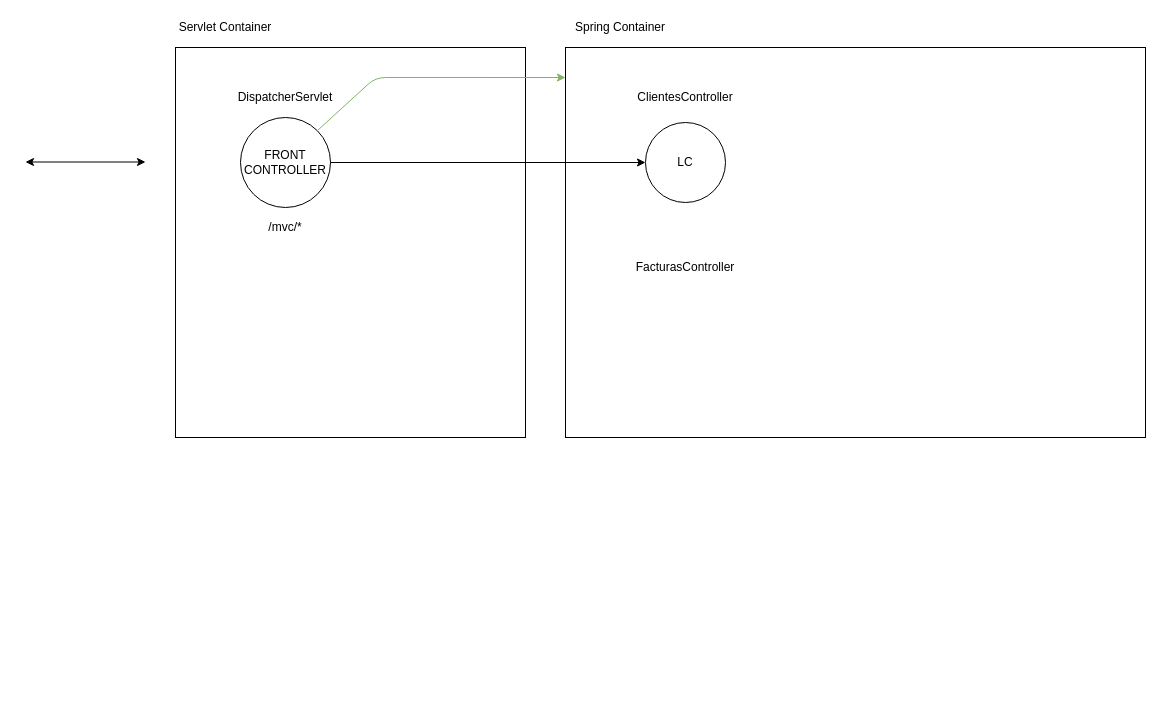
The draw.io diagram page "Página-1" (1 of 4) of Dibujillos.drawio in lrag/SpringPracticas, before the edit. Source tidied: cells renumbered, new cells numbered last; positions are measured from the earlier drawing's top-left corner, leaving out a move shared by most shapes. Both pictures are drawn from the tidied source at 100%, with x=0, y=0 at pixel (25, 17).
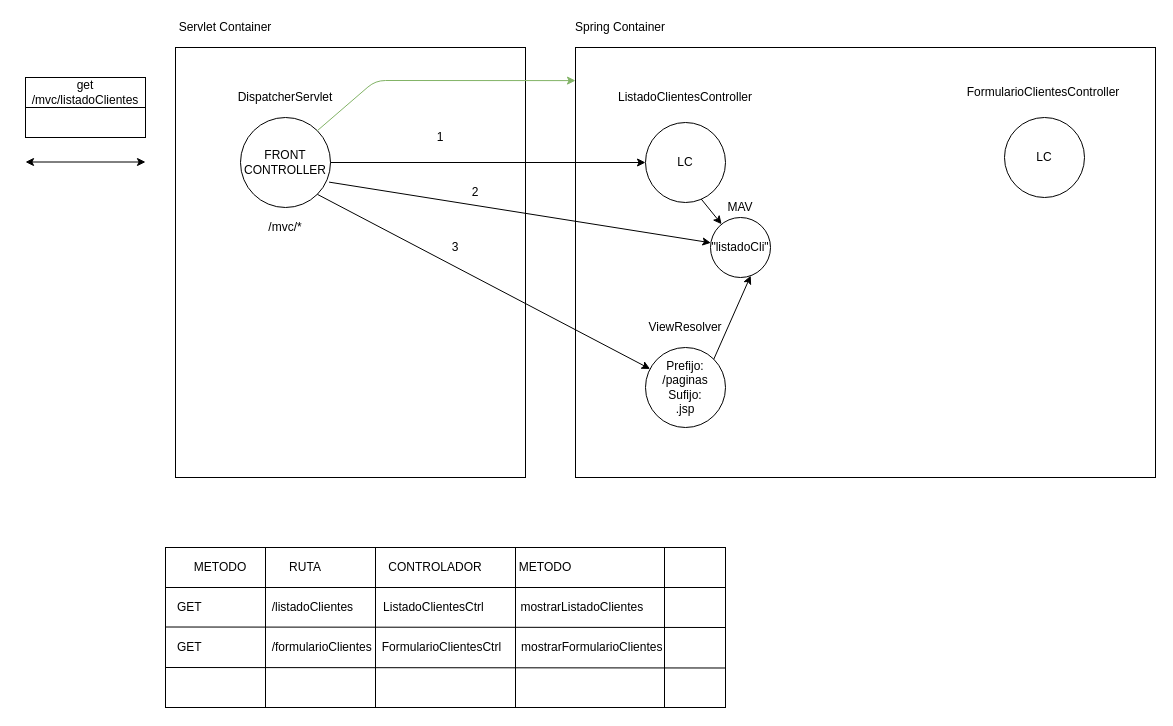
The same diagram, later.

The change refers to these unchanged cells:
```xml
<mxCell id="4" value="FRONT&lt;br&gt;CONTROLLER" style="ellipse;whiteSpace=wrap;html=1;fillColor=none;" parent="1" vertex="1">
  <mxGeometry x="215" y="100" width="90" height="90" as="geometry" />
</mxCell>
<mxCell id="11" value="LC" style="ellipse;whiteSpace=wrap;html=1;fillColor=none;" parent="1" vertex="1">
  <mxGeometry x="620" y="105" width="80" height="80" as="geometry" />
</mxCell>
```

What changed in the source:
```diff
@@
     <mxCell id="2" style="rounded=0;whiteSpace=wrap;html=1;fillColor=none;" parent="1" vertex="1">
-      <mxGeometry x="150" y="30" width="350" height="390" as="geometry" />
+      <mxGeometry x="150" y="30" width="350" height="430" as="geometry" />
     </mxCell>
@@
     <mxCell id="8" style="rounded=0;whiteSpace=wrap;html=1;fillColor=none;" parent="1" vertex="1">
-      <mxGeometry x="540" y="30" width="580" height="390" as="geometry" />
+      <mxGeometry x="550" y="30" width="580" height="430" as="geometry" />
     </mxCell>
@@
     <mxCell id="10" style="endArrow=classic;html=1;exitX=1;exitY=0;exitDx=0;exitDy=0;entryX=0;entryY=0.077;entryDx=0;entryDy=0;entryPerimeter=0;fillColor=#d5e8d4;strokeColor=#82b366;" parent="1" edge="1" source="4" target="8">
       <mxGeometry relative="1" as="geometry">
         <Array as="points">
-          <mxPoint x="350" y="60" />
+          <mxPoint x="350" y="63" />
         </Array>
       </mxGeometry>
     </mxCell>
@@
-    <mxCell id="12" value="ClientesController" style="text;html=1;strokeColor=none;fillColor=none;align=center;verticalAlign=middle;whiteSpace=wrap;rounded=0;" parent="1" vertex="1">
+    <mxCell id="12" value="ListadoClientesController" style="text;html=1;strokeColor=none;fillColor=none;align=center;verticalAlign=middle;whiteSpace=wrap;rounded=0;" parent="1" vertex="1">
       <mxGeometry x="640" y="70" width="40" height="20" as="geometry" />
     </mxCell>
@@
-    <mxCell id="14" value="FacturasController" style="text;html=1;strokeColor=none;fillColor=none;align=center;verticalAlign=middle;whiteSpace=wrap;rounded=0;" parent="1" vertex="1">
-      <mxGeometry x="640" y="240" width="40" height="20" as="geometry" />
-    </mxCell>
+    <mxCell id="15" value="Prefijo: /paginas&lt;br&gt;Sufijo:&lt;br&gt;.jsp" style="ellipse;whiteSpace=wrap;html=1;" parent="1" vertex="1">
+      <mxGeometry x="620" y="330" width="80" height="80" as="geometry" />
+    </mxCell>
+    <mxCell id="16" value="ViewResolver" style="text;html=1;strokeColor=none;fillColor=none;align=center;verticalAlign=middle;whiteSpace=wrap;rounded=0;" parent="1" vertex="1">
+      <mxGeometry x="640" y="300" width="40" height="20" as="geometry" />
+    </mxCell>
+    <mxCell id="17" value="&quot;listadoCli&quot;" style="ellipse;whiteSpace=wrap;html=1;" parent="1" vertex="1">
+      <mxGeometry x="685" y="200" width="60" height="60" as="geometry" />
+    </mxCell>
+    <mxCell id="18" value="MAV" style="text;html=1;strokeColor=none;fillColor=none;align=center;verticalAlign=middle;whiteSpace=wrap;rounded=0;" parent="1" vertex="1">
+      <mxGeometry x="695" y="180" width="40" height="20" as="geometry" />
+    </mxCell>
+    <mxCell id="19" style="endArrow=classic;html=1;exitX=0.695;exitY=0.955;exitDx=0;exitDy=0;exitPerimeter=0;" parent="1" edge="1" source="11" target="17">
+      <mxGeometry relative="1" as="geometry" />
+    </mxCell>
+    <mxCell id="20" style="endArrow=classic;html=1;exitX=0.984;exitY=0.718;exitDx=0;exitDy=0;exitPerimeter=0;" parent="1" edge="1" source="4" target="17">
+      <mxGeometry relative="1" as="geometry" />
+    </mxCell>
+    <mxCell id="21" value="1" style="text;html=1;strokeColor=none;fillColor=none;align=center;verticalAlign=middle;whiteSpace=wrap;rounded=0;" parent="1" vertex="1">
+      <mxGeometry x="395" y="110" width="40" height="20" as="geometry" />
+    </mxCell>
+    <mxCell id="22" value="2" style="text;html=1;strokeColor=none;fillColor=none;align=center;verticalAlign=middle;whiteSpace=wrap;rounded=0;" parent="1" vertex="1">
+      <mxGeometry x="430" y="165" width="40" height="20" as="geometry" />
+    </mxCell>
+    <mxCell id="23" style="endArrow=classic;html=1;exitX=1;exitY=1;exitDx=0;exitDy=0;" parent="1" edge="1" source="4" target="15">
+      <mxGeometry relative="1" as="geometry" />
+    </mxCell>
+    <mxCell id="24" value="3" style="text;html=1;strokeColor=none;fillColor=none;align=center;verticalAlign=middle;whiteSpace=wrap;rounded=0;" parent="1" vertex="1">
+      <mxGeometry x="410" y="220" width="40" height="20" as="geometry" />
+    </mxCell>
+    <mxCell id="25" style="endArrow=classic;html=1;exitX=1;exitY=0;exitDx=0;exitDy=0;entryX=0.67;entryY=0.97;entryDx=0;entryDy=0;entryPerimeter=0;" parent="1" edge="1" source="15" target="17">
+      <mxGeometry relative="1" as="geometry" />
+    </mxCell>
+    <mxCell id="26" value="LC" style="ellipse;whiteSpace=wrap;html=1;fillColor=none;" parent="1" vertex="1">
+      <mxGeometry x="979" y="100" width="80" height="80" as="geometry" />
+    </mxCell>
+    <mxCell id="27" value="FormularioClientesController" style="text;html=1;strokeColor=none;fillColor=none;align=center;verticalAlign=middle;whiteSpace=wrap;rounded=0;" parent="1" vertex="1">
+      <mxGeometry x="998" y="65" width="40" height="20" as="geometry" />
+    </mxCell>
+    <mxCell id="28" style="rounded=0;whiteSpace=wrap;html=1;" parent="1" vertex="1">
+      <mxGeometry x="140" y="530" width="560" height="160" as="geometry" />
+    </mxCell>
+    <mxCell id="29" style="endArrow=none;html=1;exitX=0;exitY=0.25;exitDx=0;exitDy=0;entryX=1;entryY=0.25;entryDx=0;entryDy=0;" parent="1" edge="1" source="28" target="28">
+      <mxGeometry relative="1" as="geometry" />
+    </mxCell>
+    <mxCell id="30" value="METODO" style="text;html=1;strokeColor=none;fillColor=none;align=center;verticalAlign=middle;whiteSpace=wrap;rounded=0;" parent="1" vertex="1">
+      <mxGeometry x="175" y="540" width="40" height="20" as="geometry" />
+    </mxCell>
+    <mxCell id="31" value="RUTA" style="text;html=1;strokeColor=none;fillColor=none;align=center;verticalAlign=middle;whiteSpace=wrap;rounded=0;" parent="1" vertex="1">
+      <mxGeometry x="260" y="540" width="40" height="20" as="geometry" />
+    </mxCell>
+    <mxCell id="32" style="endArrow=none;html=1;entryX=0.25;entryY=0;entryDx=0;entryDy=0;exitX=0.25;exitY=1;exitDx=0;exitDy=0;" parent="1" edge="1">
+      <mxGeometry relative="1" as="geometry">
+        <mxPoint x="350" y="690" as="sourcePoint" />
+        <mxPoint x="350" y="530" as="targetPoint" />
+      </mxGeometry>
+    </mxCell>
+    <mxCell id="33" value="CONTROLADOR" style="text;html=1;strokeColor=none;fillColor=none;align=center;verticalAlign=middle;whiteSpace=wrap;rounded=0;" parent="1" vertex="1">
+      <mxGeometry x="390" y="540" width="40" height="20" as="geometry" />
+    </mxCell>
+    <mxCell id="34" style="endArrow=none;html=1;entryX=0.25;entryY=0;entryDx=0;entryDy=0;exitX=0.25;exitY=1;exitDx=0;exitDy=0;" parent="1" edge="1">
+      <mxGeometry relative="1" as="geometry">
+        <mxPoint x="240" y="690" as="sourcePoint" />
+        <mxPoint x="240" y="530" as="targetPoint" />
+      </mxGeometry>
+    </mxCell>
+    <mxCell id="35" style="endArrow=none;html=1;entryX=0.25;entryY=0;entryDx=0;entryDy=0;exitX=0.25;exitY=1;exitDx=0;exitDy=0;" parent="1" edge="1">
+      <mxGeometry relative="1" as="geometry">
+        <mxPoint x="490" y="690" as="sourcePoint" />
+        <mxPoint x="490" y="530" as="targetPoint" />
+      </mxGeometry>
+    </mxCell>
+    <mxCell id="36" style="endArrow=none;html=1;entryX=0.25;entryY=0;entryDx=0;entryDy=0;exitX=0.25;exitY=1;exitDx=0;exitDy=0;" parent="1" edge="1">
+      <mxGeometry relative="1" as="geometry">
+        <mxPoint x="639" y="690" as="sourcePoint" />
+        <mxPoint x="639" y="530" as="targetPoint" />
+      </mxGeometry>
+    </mxCell>
+    <mxCell id="37" value="METODO" style="text;html=1;strokeColor=none;fillColor=none;align=center;verticalAlign=middle;whiteSpace=wrap;rounded=0;" parent="1" vertex="1">
+      <mxGeometry x="500" y="540" width="40" height="20" as="geometry" />
+    </mxCell>
+    <mxCell id="38" style="endArrow=none;html=1;entryX=1;entryY=0.5;entryDx=0;entryDy=0;" parent="1" edge="1" target="28">
+      <mxGeometry relative="1" as="geometry">
+        <mxPoint x="140" y="609.5" as="sourcePoint" />
+      </mxGeometry>
+    </mxCell>
+    <mxCell id="39" value="GET&amp;nbsp; &amp;nbsp; &amp;nbsp; &amp;nbsp; &amp;nbsp; &amp;nbsp; &amp;nbsp; &amp;nbsp; &amp;nbsp; &amp;nbsp; &amp;nbsp;/listadoClientes&amp;nbsp; &amp;nbsp; &amp;nbsp; &amp;nbsp; &amp;nbsp;ListadoClientesCtrl&amp;nbsp; &amp;nbsp; &amp;nbsp; &amp;nbsp; &amp;nbsp; &amp;nbsp;mostrarListadoClientes" style="text;html=1;strokeColor=none;fillColor=none;align=left;verticalAlign=middle;whiteSpace=wrap;rounded=0;" parent="1" vertex="1">
+      <mxGeometry x="150" y="580" width="480" height="20" as="geometry" />
+    </mxCell>
+    <mxCell id="40" value="GET&amp;nbsp; &amp;nbsp; &amp;nbsp; &amp;nbsp; &amp;nbsp; &amp;nbsp; &amp;nbsp; &amp;nbsp; &amp;nbsp; &amp;nbsp; &amp;nbsp;/formularioClientes&amp;nbsp; &amp;nbsp;FormularioClientesCtrl&amp;nbsp; &amp;nbsp; &amp;nbsp; mostrarFormularioClientes" style="text;html=1;strokeColor=none;fillColor=none;align=left;verticalAlign=middle;whiteSpace=wrap;rounded=0;" parent="1" vertex="1">
+      <mxGeometry x="150" y="620" width="530" height="20" as="geometry" />
+    </mxCell>
+    <mxCell id="41" style="rounded=0;whiteSpace=wrap;html=1;" parent="1" vertex="1">
+      <mxGeometry y="60" width="120" height="60" as="geometry" />
+    </mxCell>
+    <mxCell id="42" style="endArrow=none;html=1;exitX=0;exitY=0.5;exitDx=0;exitDy=0;entryX=1;entryY=0.5;entryDx=0;entryDy=0;" parent="1" edge="1" source="41" target="41">
+      <mxGeometry relative="1" as="geometry" />
+    </mxCell>
+    <mxCell id="43" value="get /mvc/listadoClientes" style="text;html=1;strokeColor=none;fillColor=none;align=center;verticalAlign=middle;whiteSpace=wrap;rounded=0;" parent="1" vertex="1">
+      <mxGeometry x="40" y="65" width="40" height="20" as="geometry" />
+    </mxCell>
+    <mxCell id="44" style="endArrow=none;html=1;entryX=1;entryY=0.5;entryDx=0;entryDy=0;" parent="1" edge="1">
+      <mxGeometry relative="1" as="geometry">
+        <mxPoint x="140" y="650" as="sourcePoint" />
+        <mxPoint x="700" y="650.5" as="targetPoint" />
+      </mxGeometry>
+    </mxCell>
```
